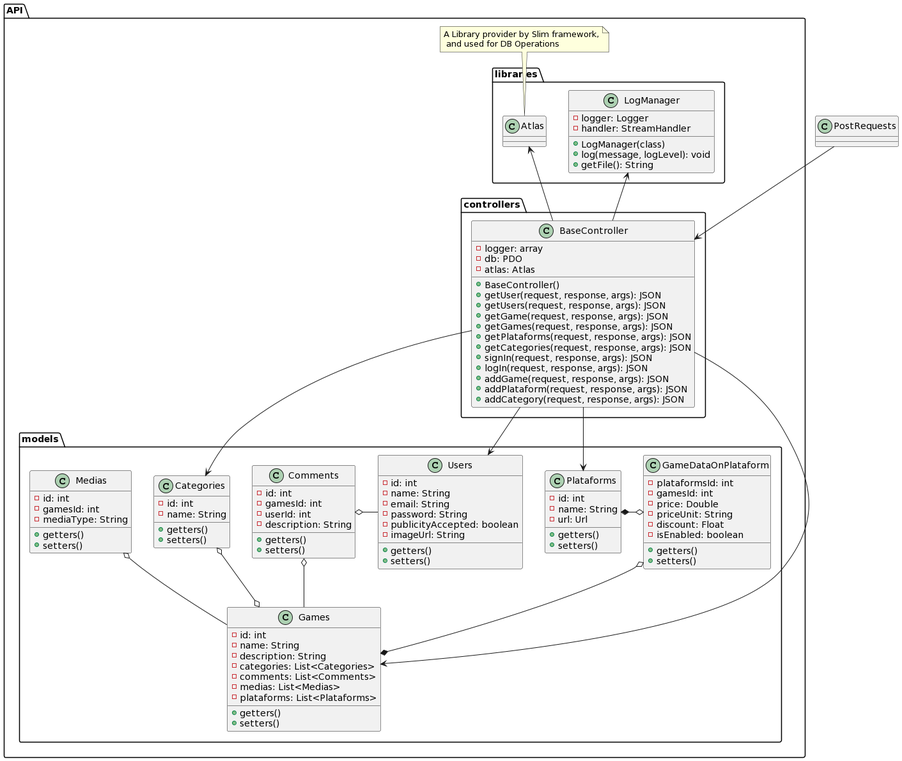
DainWs/VoidEyeGames keeps this PlantUML diagram as docs/diagrams/out/APIClassDiagram.png. Above is the earlier version. Its diagram source:
```plantuml
@startuml
class PostRequests {}
namespace API {
 namespace libraries {
  class LogManager {
   -logger: Logger
   -handler: StreamHandler
   +LogManager(class)
   +log(message, logLevel): void
   +getFile(): String
  }

  class Atlas {}
 }
 namespace models {
  class Games {
   -id: int
   -name: String
   -description: String
   -categories: List<Categories>
   -comments: List<Comments>
   -medias: List<Medias>
   -plataforms: List<Plataforms>
   +getters()
   +setters()
  }
  class Categories {
   -id: int
   -name: String
   +getters()
   +setters()
  }
  class Comments {
   -id: int
   -gamesId: int
   -userId: int
   -description: String
   +getters()
   +setters()
  }
  class Medias {
   -id: int
   -gamesId: int
   -mediaType: String
   +getters()
   +setters()
  }
  class Plataforms {
   -id: int
   -name: String
   -url: Url
   +getters()
   +setters()
  }
  class GameDataOnPlataform {
   -plataformsId: int
   -gamesId: int
   -price: Double
   -priceUnit: String
   -discount: Float
   -isEnabled: boolean
   +getters()
   +setters()
  }
  class Users {
   -id: int
   -name: String
   -email: String
   -password: String
   -publicityAccepted: boolean
   -imageUrl: String
   +getters()
   +setters()
  }
  GameDataOnPlataform o--* Games
  Plataforms *-r-o GameDataOnPlataform
  Categories o--o Games
  Comments o-- Games
  Comments o-r- Users
  Medias o-- Games
 }

 namespace controllers {
  class BaseController {
   -logger: array
   -db: PDO
   -atlas: Atlas
   +BaseController()
   +getUser(request, response, args): JSON
   +getUsers(request, response, args): JSON
   +getGame(request, response, args): JSON
   +getGames(request, response, args): JSON
   +getPlataforms(request, response, args): JSON
   +getCategories(request, response, args): JSON
   +signIn(request, response, args): JSON
   +logIn(request, response, args): JSON
   +addGame(request, response, args): JSON
   +addPlataform(request, response, args): JSON
   +addCategory(request, response, args): JSON
  }

  .PostRequests --> BaseController
  API.libraries.LogManager <-- BaseController
  API.libraries.Atlas <-- BaseController

  BaseController --> API.models.Games
  BaseController --> API.models.Categories
  BaseController --> API.models.Plataforms
  BaseController --> API.models.Users
 }

 note top of API.libraries.Atlas: A Library provider by Slim framework,\n and used for DB Operations
}
@enduml
```
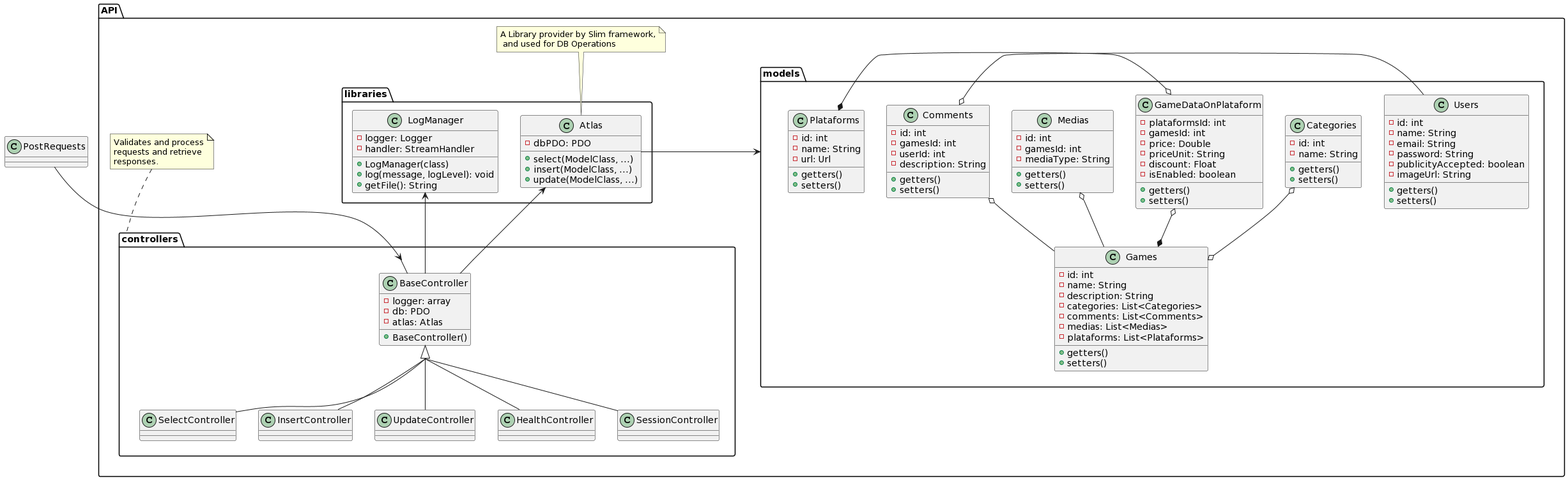
The same diagram one commit later.

What changed in the source:
```diff
@@ -1,4 +1,5 @@
 @startuml
+skinparam groupInheritance 3
 class PostRequests {}
 namespace API {
  namespace libraries {
@@ -10,7 +11,12 @@
    +getFile(): String
   }
 
-  class Atlas {}
+  class Atlas {
+    -dbPDO: PDO
+    +select(ModelClass, ...)
+    +insert(ModelClass, ...)
+    +update(ModelClass, ...)
+  }
  }
  namespace models {
   class Games {
@@ -86,29 +92,22 @@
    -db: PDO
    -atlas: Atlas
    +BaseController()
-   +getUser(request, response, args): JSON
-   +getUsers(request, response, args): JSON
-   +getGame(request, response, args): JSON
-   +getGames(request, response, args): JSON
-   +getPlataforms(request, response, args): JSON
-   +getCategories(request, response, args): JSON
-   +signIn(request, response, args): JSON
-   +logIn(request, response, args): JSON
-   +addGame(request, response, args): JSON
-   +addPlataform(request, response, args): JSON
-   +addCategory(request, response, args): JSON
   }
+
+  class SelectController extends BaseController {}
+  class InsertController extends BaseController {}
+  class UpdateController extends BaseController {}
+  class HealthController extends BaseController {}
+  class SessionController extends BaseController {}
 
   .PostRequests --> BaseController
   API.libraries.LogManager <-- BaseController
   API.libraries.Atlas <-- BaseController
 
-  BaseController --> API.models.Games
-  BaseController --> API.models.Categories
-  BaseController --> API.models.Plataforms
-  BaseController --> API.models.Users
+  API.libraries.Atlas -r-> API.models
  }
 
  note top of API.libraries.Atlas: A Library provider by Slim framework,\n and used for DB Operations
+ note top of API.controllers: Validates and process\nrequests and retrieve\nresponses.
 }
 @enduml
```
